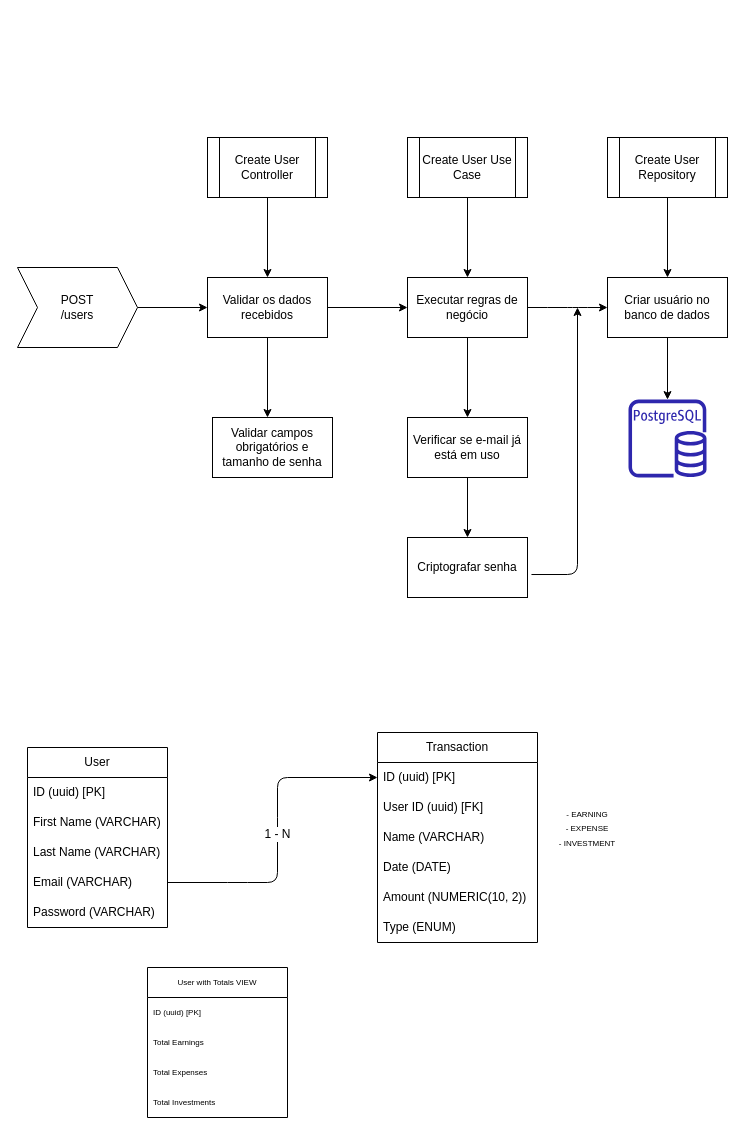
Above: diagramaDB.drawio in Ivan-Leonardi/finance-app (draw.io), before the change. Source tidied: cells renumbered, new cells numbered last; positions are measured from the earlier drawing's top-left corner, leaving out a move shared by most shapes. Both pictures are drawn from the tidied source at 100%, with x=0, y=0 at pixel (17, 137).
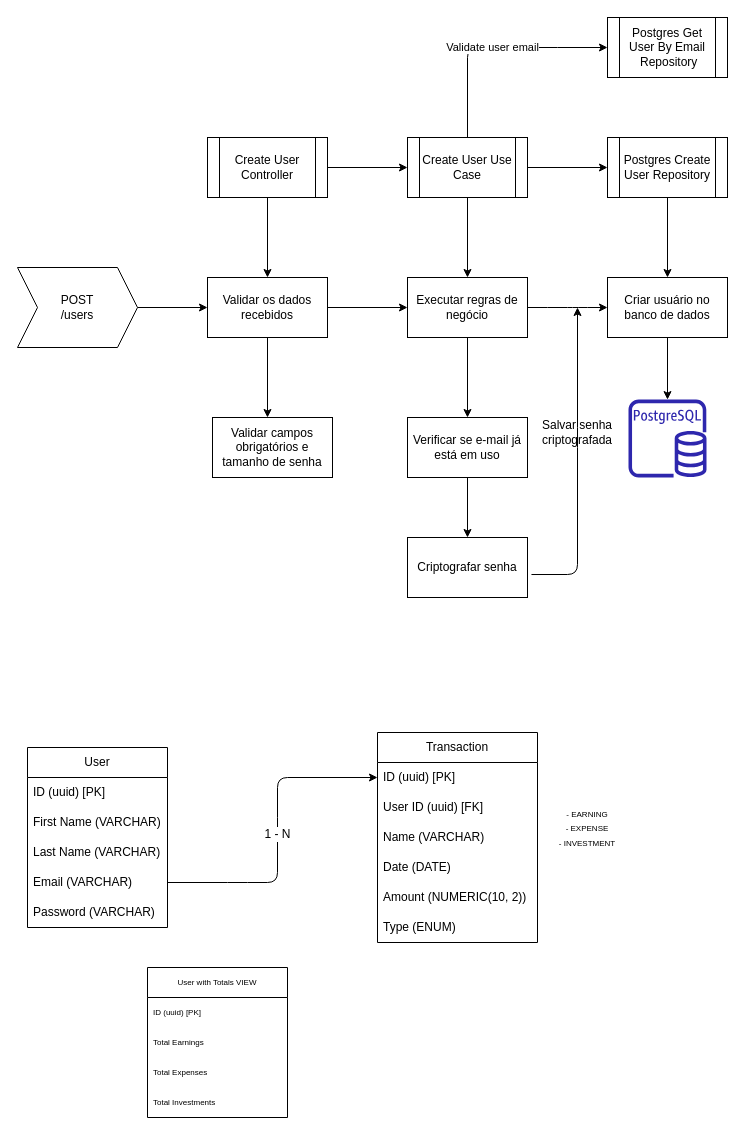
After the change.

Unchanged cells that the change refers to:
```xml
<mxCell id="37" value="Create User Controller" style="shape=process;whiteSpace=wrap;html=1;backgroundOutline=1;" parent="1" vertex="1">
  <mxGeometry x="190" width="120" height="60" as="geometry" />
</mxCell>
<mxCell id="39" value="Create User Use Case" style="shape=process;whiteSpace=wrap;html=1;backgroundOutline=1;" parent="1" vertex="1">
  <mxGeometry x="390" width="120" height="60" as="geometry" />
</mxCell>
<mxCell id="43" value="Criptografar senha" style="whiteSpace=wrap;html=1;" parent="1" vertex="1">
  <mxGeometry x="390" y="400" width="120" height="60" as="geometry" />
</mxCell>
```

What changed in the source:
```diff
@@
+    <mxCell id="44" style="edgeStyle=none;html=1;entryX=0;entryY=0.5;entryDx=0;entryDy=0;" parent="1" edge="1" source="37" target="39">
+      <mxGeometry relative="1" as="geometry" />
+    </mxCell>
@@
+    <mxCell id="45" value="Validate user email&lt;br&gt;" style="edgeStyle=none;html=1;entryX=0;entryY=0.5;entryDx=0;entryDy=0;" parent="1" edge="1" source="39" target="47">
+      <mxGeometry relative="1" as="geometry">
+        <Array as="points">
+          <mxPoint x="450" y="-90" />
+          <mxPoint x="530" y="-90" />
+        </Array>
+      </mxGeometry>
+    </mxCell>
+    <mxCell id="46" style="edgeStyle=none;html=1;entryX=0;entryY=0.5;entryDx=0;entryDy=0;" parent="1" edge="1" source="39" target="41">
+      <mxGeometry relative="1" as="geometry" />
+    </mxCell>
@@
-    <mxCell id="41" value="Create User Repository" style="shape=process;whiteSpace=wrap;html=1;backgroundOutline=1;" parent="1" vertex="1">
+    <mxCell id="41" value="Postgres Create User Repository" style="shape=process;whiteSpace=wrap;html=1;backgroundOutline=1;" parent="1" vertex="1">
       <mxGeometry x="590" width="120" height="60" as="geometry" />
     </mxCell>
     <mxCell id="42" style="edgeStyle=none;html=1;exitX=1.033;exitY=0.617;exitDx=0;exitDy=0;exitPerimeter=0;" parent="1" edge="1" source="43">
       <mxGeometry relative="1" as="geometry">
         <mxPoint x="560" y="170" as="targetPoint" />
         <Array as="points">
           <mxPoint x="560" y="437" />
+          <mxPoint x="560" y="300" />
         </Array>
       </mxGeometry>
     </mxCell>
@@
+    <mxCell id="47" value="Postgres Get User By Email&lt;br&gt;&amp;nbsp;Repository" style="shape=process;whiteSpace=wrap;html=1;backgroundOutline=1;" parent="1" vertex="1">
+      <mxGeometry x="590" y="-120" width="120" height="60" as="geometry" />
+    </mxCell>
+    <mxCell id="48" value="Salvar senha criptografada&lt;br&gt;" style="text;html=1;strokeColor=none;fillColor=none;align=center;verticalAlign=middle;whiteSpace=wrap;rounded=0;" parent="1" vertex="1">
+      <mxGeometry x="530" y="280" width="60" height="30" as="geometry" />
+    </mxCell>
```
